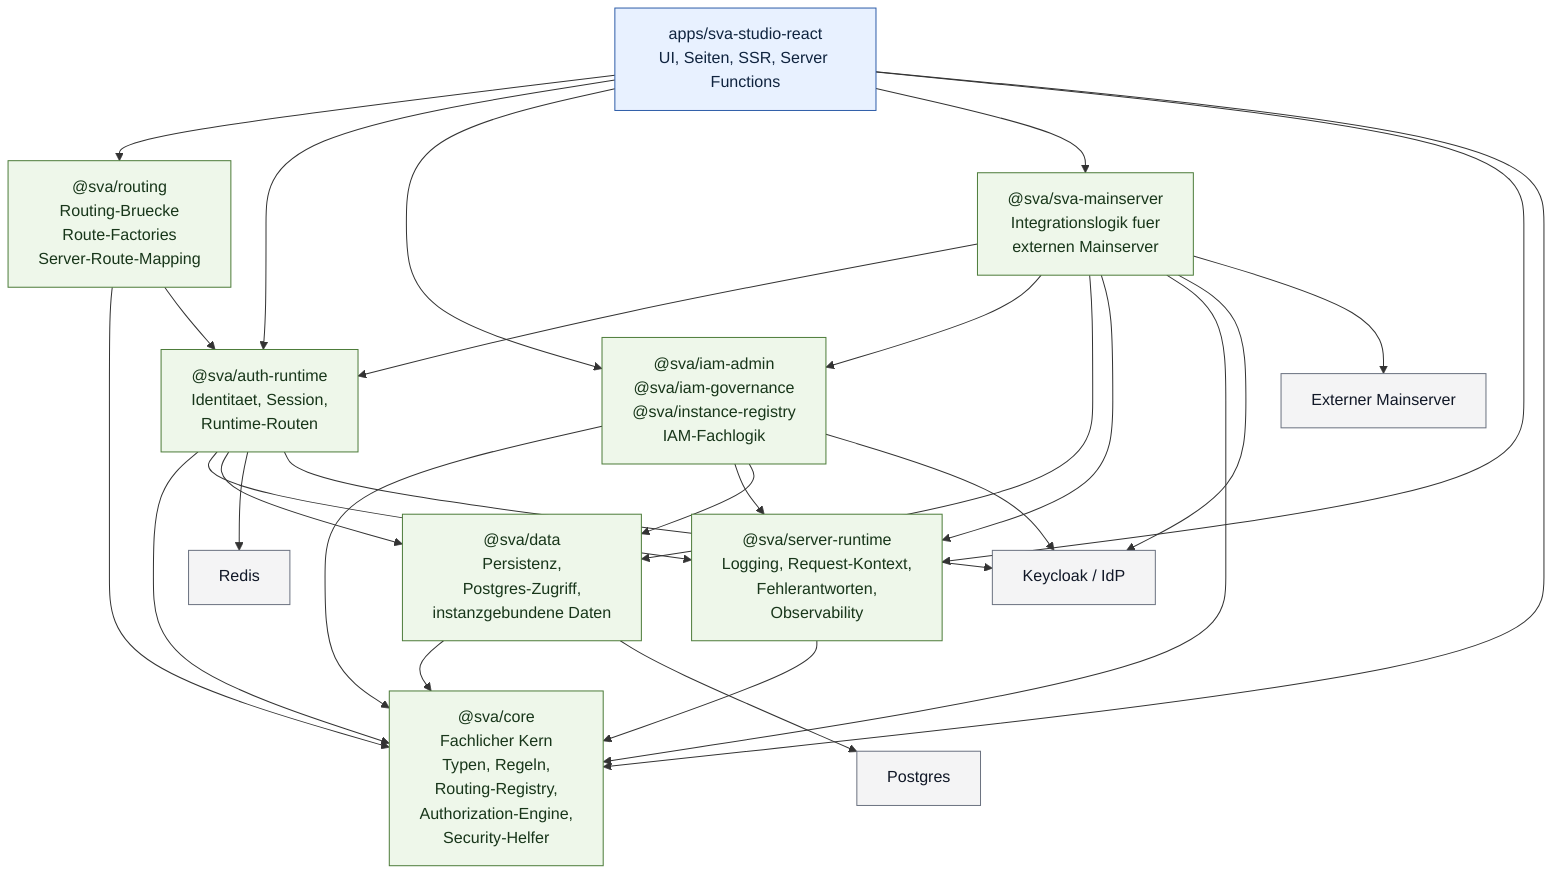
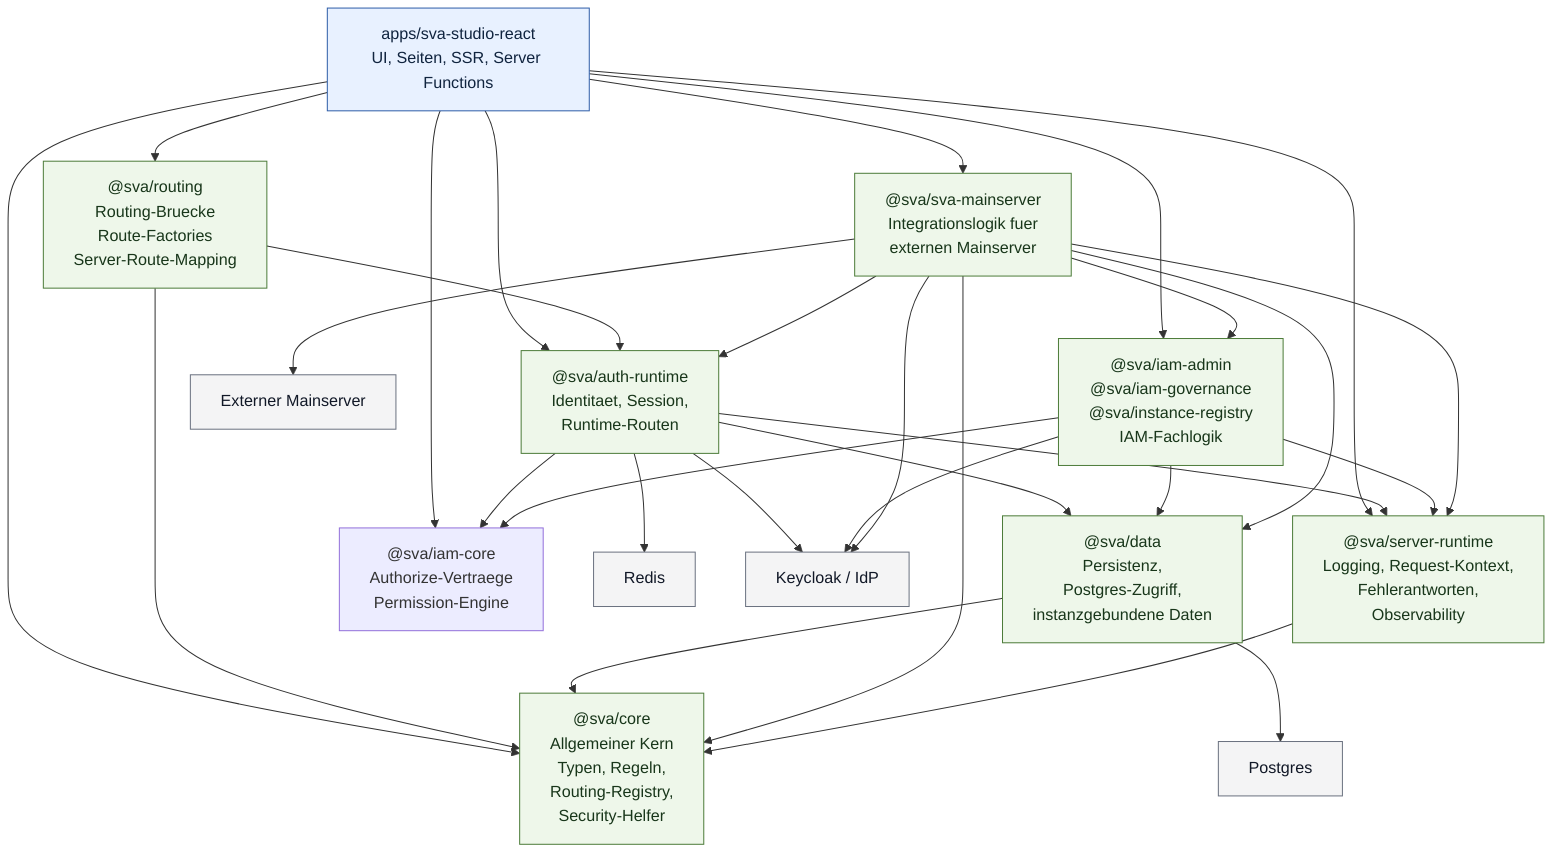
flowchart TB
    A["apps/sva-studio-react\nUI, Seiten, SSR, Server Functions"]

    B["@sva/routing\nRouting-Bruecke\nRoute-Factories\nServer-Route-Mapping"]
    C["@sva/auth-runtime\nIdentitaet, Session,\nRuntime-Routen"]
    C2["@sva/iam-admin\n@sva/iam-governance\n@sva/instance-registry\nIAM-Fachlogik"]
    D["@sva/data\nPersistenz,\nPostgres-Zugriff,\ninstanzgebundene Daten"]
    E["@sva/sva-mainserver\nIntegrationslogik fuer\nexternen Mainserver"]
    F["@sva/server-runtime\nLogging, Request-Kontext,\nFehlerantworten,\nObservability"]
-     G["@sva/core\nFachlicher Kern\nTypen, Regeln,\nRouting-Registry,\nAuthorization-Engine,\nSecurity-Helfer"]
+     G["@sva/core\nAllgemeiner Kern\nTypen, Regeln,\nRouting-Registry,\nSecurity-Helfer"]
+     G2["@sva/iam-core\nAuthorize-Vertraege\nPermission-Engine"]

    H["Postgres"]
    I["Redis"]
    J["Keycloak / IdP"]
    K["Externer Mainserver"]

    A --> B
    A --> C
    A --> C2
    A --> E
    A --> F
    A --> G
+     A --> G2

    B --> G
    B --> C

-     C --> G
+     C --> G2
    C --> F
    C --> D
    C --> I
    C --> J

-     C2 --> G
+     C2 --> G2
    C2 --> F
    C2 --> D
    C2 --> J

    D --> G
    D --> H

    E --> C
    E --> C2
    E --> D
    E --> F
    E --> G
    E --> J
    E --> K

    F --> G

    classDef app fill:#e8f1ff,stroke:#2f5ea8,color:#10243f
    classDef foundation fill:#eef7ea,stroke:#4d7c3a,color:#18361a
    classDef backend fill:#fff5e8,stroke:#9a6424,color:#4a2a00
    classDef external fill:#f4f4f5,stroke:#6b7280,color:#111827

    class A app
    class B,C,C2,D,E,F,G foundation
    class H,I,J,K external
